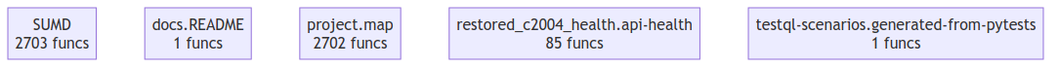
Before: project/compact_flow.png, a diagram exported from Mermaid (semcod/resplit). Its source is kept beside it as project/compact_flow.mmd.
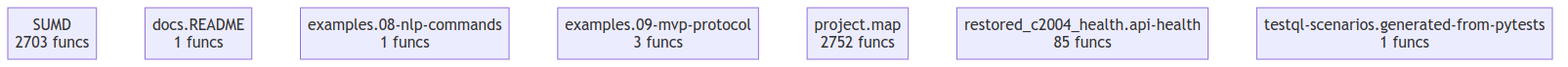
Above is the later version.

What changed in the source:
```diff
@@ -1,6 +1,8 @@
 flowchart TD
     SUMD["SUMD<br/>2703 funcs"]
     docs__README["docs.README<br/>1 funcs"]
-    project__map["project.map<br/>2702 funcs"]
+    examples__08_nlp_commands["examples.08-nlp-commands<br/>1 funcs"]
+    examples__09_mvp_protocol["examples.09-mvp-protocol<br/>3 funcs"]
+    project__map["project.map<br/>2752 funcs"]
     restored_c2004_health__api_health["restored_c2004_health.api-health<br/>85 funcs"]
     testql_scenarios__generated_from_pytests["testql-scenarios.generated-from-pytests<br/>1 funcs"]
```
